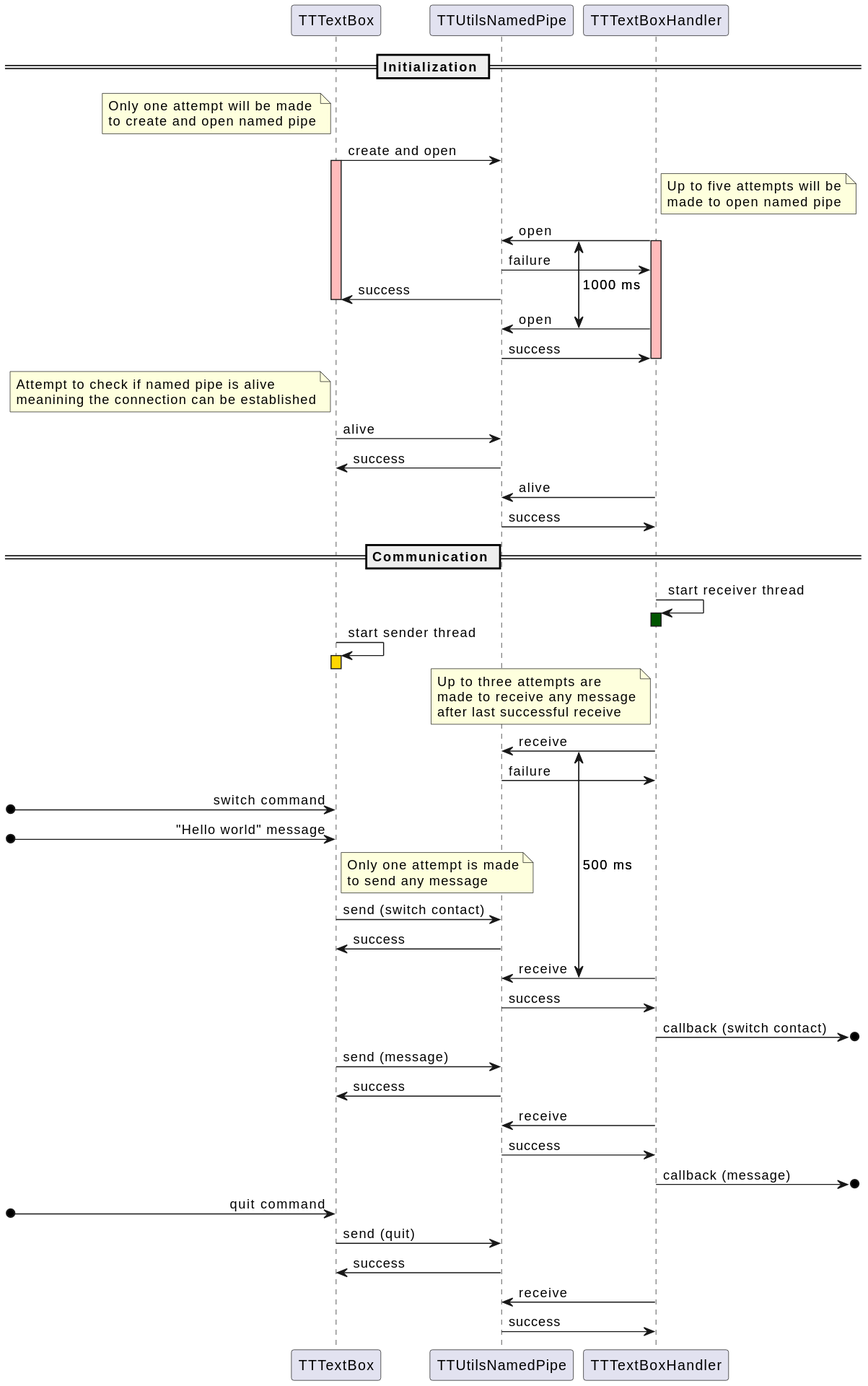
Earlier version of the PlantUML export textbox/doc/TTTextBoxCommunication.svg (devmichalek/TerminalTeams).
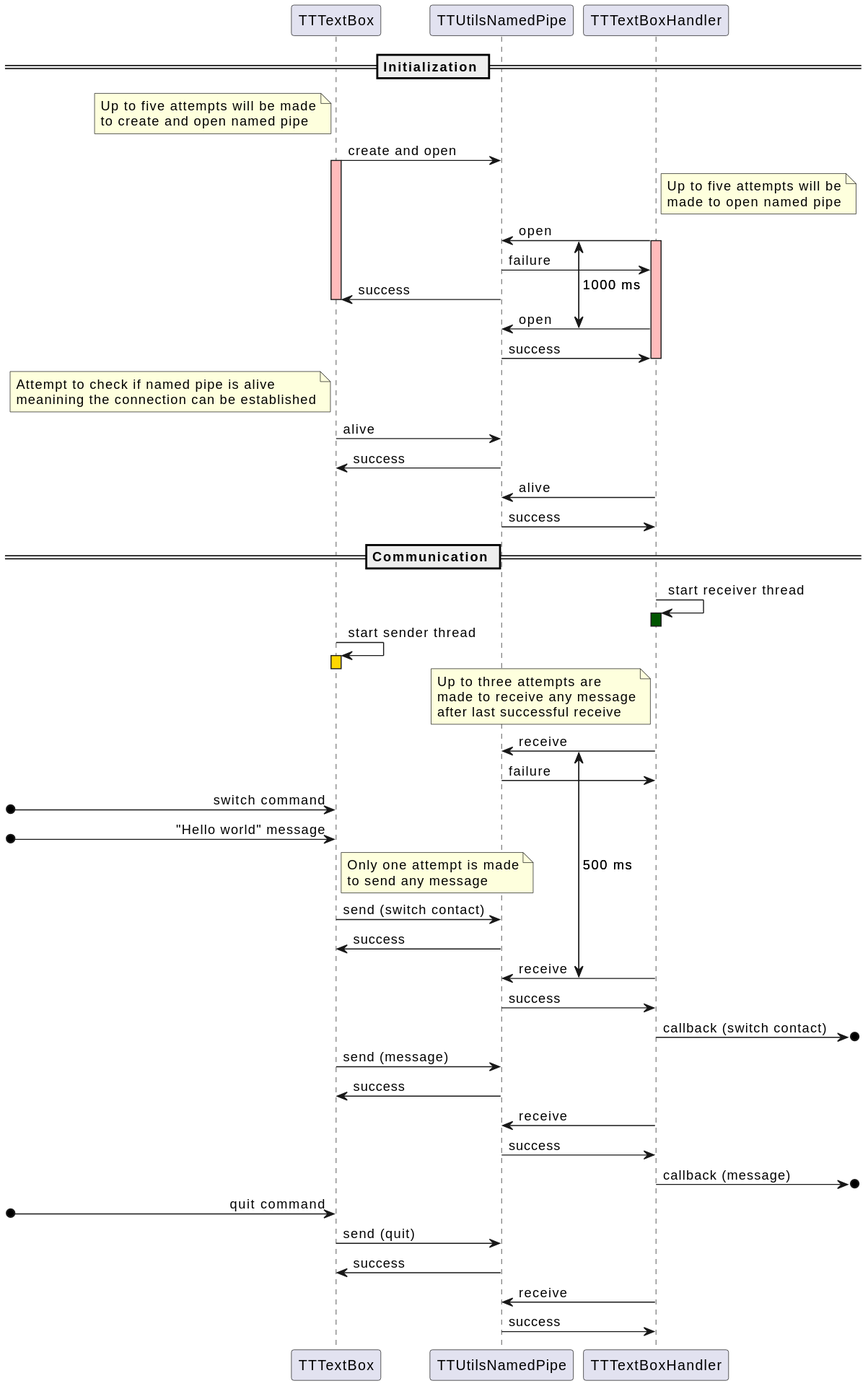
After the commit.

Diff of the diagram source:
```diff
@@ -7,7 +7,7 @@
 
 == Initialization ==
 note left of TTTextBox
-Only one attempt will be made
+Up to five attempts will be made
 to create and open named pipe
 end note
 TTTextBox -> TTUtilsNamedPipe : create and open
```
